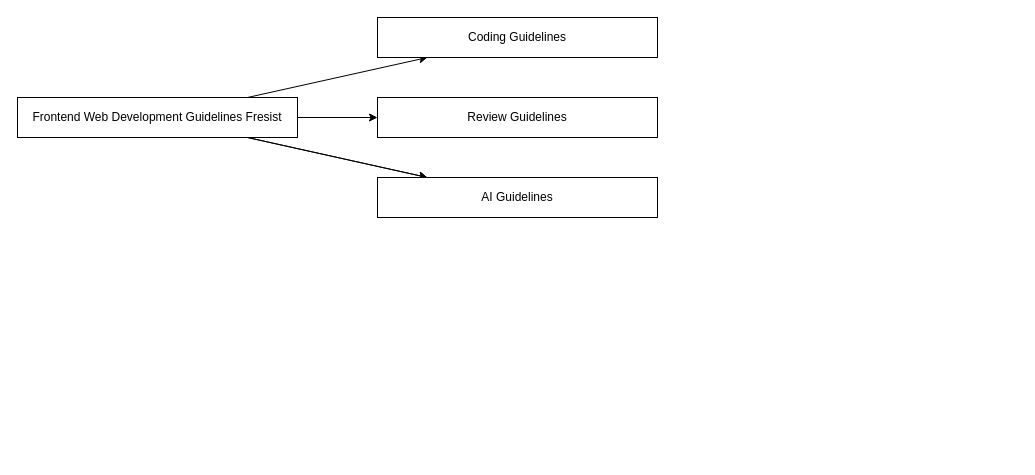
Earlier version of the draw.io diagram frontend_guidelines.drawio (kephalosk/drawio-diagrams). Source tidied: cells renumbered, new cells numbered last; positions are measured from the earlier drawing's top-left corner, leaving out a move shared by most shapes. Both pictures are drawn from the tidied source at 100%, with x=0, y=0 at pixel (17, 17).
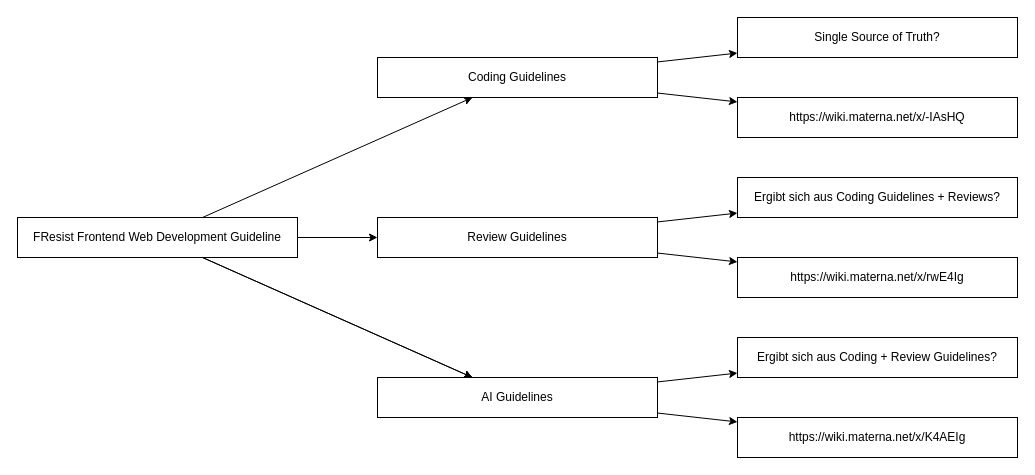
After the change.

What changed in the source:
```diff
@@
-    <mxCell id="5" value="Frontend Web Development Guidelines Fresist" style="rounded=0;whiteSpace=wrap;html=1;" parent="1" vertex="1">
-      <mxGeometry y="80" width="280" height="40" as="geometry" />
+    <mxCell id="5" value="FResist Frontend Web Development Guideline" style="rounded=0;whiteSpace=wrap;html=1;" parent="1" vertex="1">
+      <mxGeometry y="200" width="280" height="40" as="geometry" />
     </mxCell>
+    <mxCell id="10" style="edgeStyle=none;rounded=0;jettySize=auto;html=1;" parent="1" edge="1" source="6" target="18">
+      <mxGeometry relative="1" as="geometry" />
+    </mxCell>
+    <mxCell id="11" style="edgeStyle=none;rounded=0;jettySize=auto;html=1;" parent="1" edge="1" source="6" target="19">
+      <mxGeometry relative="1" as="geometry" />
+    </mxCell>
     <mxCell id="6" value="Coding Guidelines" style="rounded=0;whiteSpace=wrap;html=1;" parent="1" vertex="1">
-      <mxGeometry x="360" width="280" height="40" as="geometry" />
+      <mxGeometry x="360" y="40" width="280" height="40" as="geometry" />
     </mxCell>
+    <mxCell id="12" style="edgeStyle=none;rounded=0;jettySize=auto;html=1;" parent="1" edge="1" source="7" target="16">
+      <mxGeometry relative="1" as="geometry" />
+    </mxCell>
+    <mxCell id="13" style="edgeStyle=none;rounded=0;jettySize=auto;html=1;" parent="1" edge="1" source="7" target="20">
+      <mxGeometry relative="1" as="geometry" />
+    </mxCell>
     <mxCell id="7" value="Review Guidelines" style="rounded=0;whiteSpace=wrap;html=1;" parent="1" vertex="1">
-      <mxGeometry x="360" y="80" width="280" height="40" as="geometry" />
+      <mxGeometry x="360" y="200" width="280" height="40" as="geometry" />
     </mxCell>
@@
+    <mxCell id="14" style="edgeStyle=none;rounded=0;jettySize=auto;html=1;" parent="1" edge="1" source="9" target="17">
+      <mxGeometry relative="1" as="geometry" />
+    </mxCell>
+    <mxCell id="15" style="edgeStyle=none;rounded=0;jettySize=auto;html=1;" parent="1" edge="1" source="9" target="21">
+      <mxGeometry relative="1" as="geometry" />
+    </mxCell>
     <mxCell id="9" value="AI Guidelines" style="rounded=0;whiteSpace=wrap;html=1;" parent="1" vertex="1">
-      <mxGeometry x="360" y="160" width="280" height="40" as="geometry" />
+      <mxGeometry x="360" y="360" width="280" height="40" as="geometry" />
     </mxCell>
+    <mxCell id="16" value="https://wiki.materna.net/x/rwE4Ig" style="rounded=0;whiteSpace=wrap;html=1;" parent="1" vertex="1">
+      <mxGeometry x="720" y="240" width="280" height="40" as="geometry" />
+    </mxCell>
+    <mxCell id="17" value="https://wiki.materna.net/x/K4AEIg" style="rounded=0;whiteSpace=wrap;html=1;" parent="1" vertex="1">
+      <mxGeometry x="720" y="400" width="280" height="40" as="geometry" />
+    </mxCell>
+    <mxCell id="18" value="https://wiki.materna.net/x/-IAsHQ" style="rounded=0;whiteSpace=wrap;html=1;" parent="1" vertex="1">
+      <mxGeometry x="720" y="80" width="280" height="40" as="geometry" />
+    </mxCell>
+    <mxCell id="19" value="Single Source of Truth?" style="rounded=0;whiteSpace=wrap;html=1;" parent="1" vertex="1">
+      <mxGeometry x="720" width="280" height="40" as="geometry" />
+    </mxCell>
+    <mxCell id="20" value="Ergibt sich aus Coding Guidelines + Reviews?" style="rounded=0;whiteSpace=wrap;html=1;" parent="1" vertex="1">
+      <mxGeometry x="720" y="160" width="280" height="40" as="geometry" />
+    </mxCell>
+    <mxCell id="21" value="Ergibt sich aus Coding + Review Guidelines?" style="rounded=0;whiteSpace=wrap;html=1;" parent="1" vertex="1">
+      <mxGeometry x="720" y="320" width="280" height="40" as="geometry" />
+    </mxCell>
```
